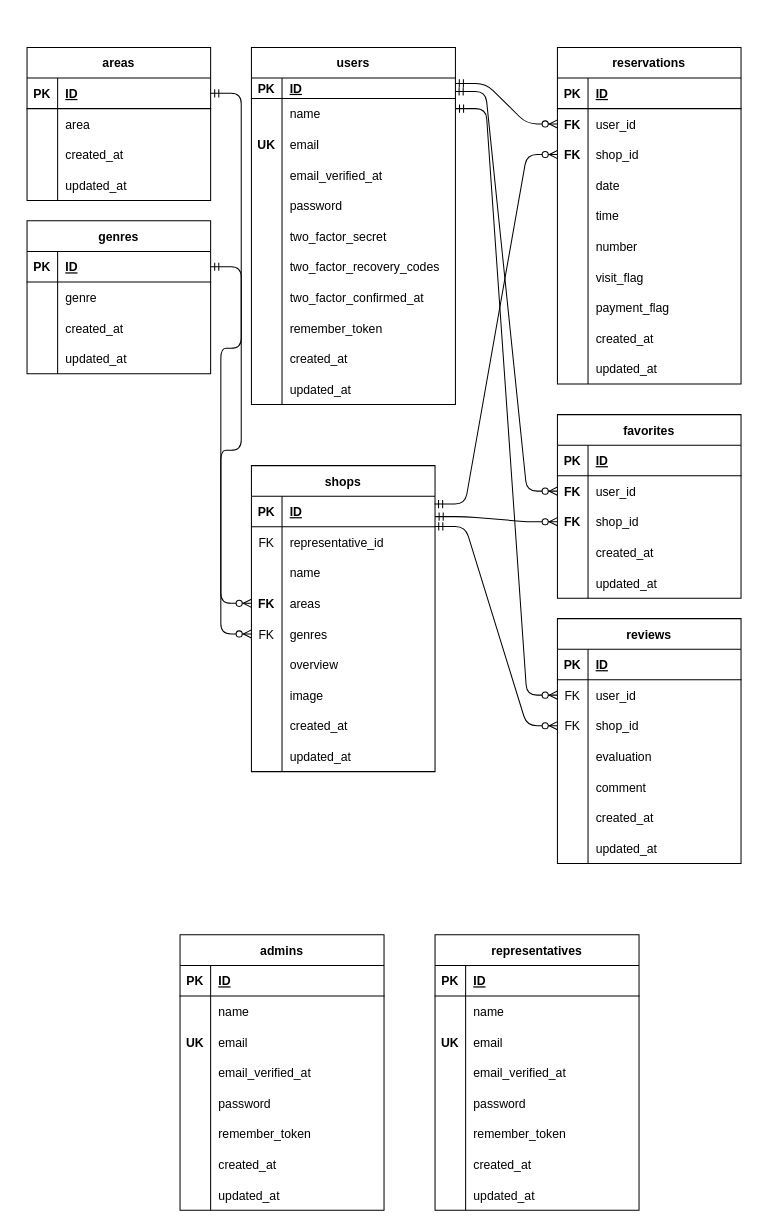
Above: docker/mysql/database.dio in YamaguchiTomoaki/Rese (draw.io), before the change. Source tidied: cells renumbered, new cells numbered last; positions are measured from the earlier drawing's top-left corner, leaving out a move shared by most shapes. Both pictures are drawn from the tidied source at 102%, with x=0, y=0 at pixel (27, 47).
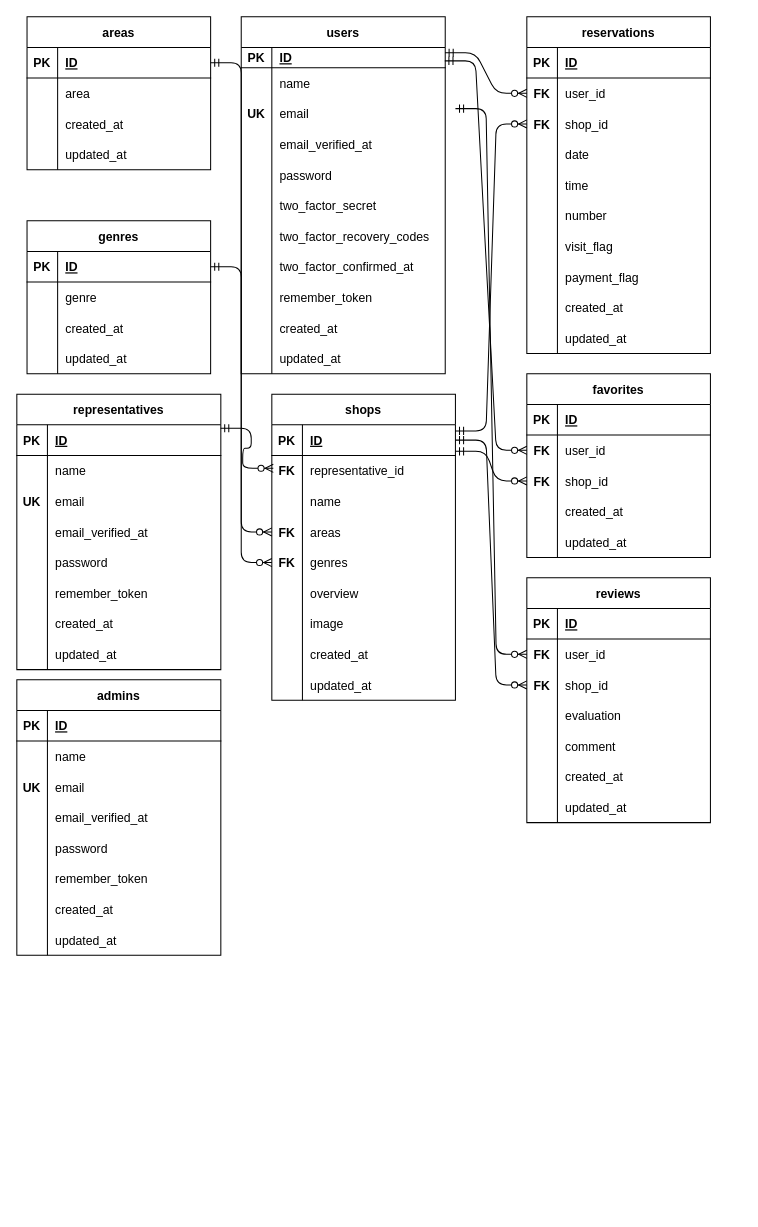
After the change.

The change refers to these unchanged cells:
```xml
<mxCell id="37" style="shape=tableRow;horizontal=0;startSize=0;swimlaneHead=0;swimlaneBody=0;fillColor=none;points=[[0,0.5],[1,0.5]];portConstraint=eastwest;top=0;left=0;right=0;bottom=1;" parent="36" vertex="1">
  <mxGeometry y="30" width="180" height="30" as="geometry" />
</mxCell>
<mxCell id="40" style="shape=tableRow;horizontal=0;startSize=0;swimlaneHead=0;swimlaneBody=0;fillColor=none;points=[[0,0.5],[1,0.5]];portConstraint=eastwest;top=0;left=0;right=0;bottom=0;" parent="36" vertex="1">
  <mxGeometry y="60" width="180" height="30" as="geometry" />
</mxCell>
<mxCell id="49" style="shape=tableRow;horizontal=0;startSize=0;swimlaneHead=0;swimlaneBody=0;fillColor=none;points=[[0,0.5],[1,0.5]];portConstraint=eastwest;top=0;left=0;right=0;bottom=0;" parent="36" vertex="1">
  <mxGeometry y="150" width="180" height="30" as="geometry" />
</mxCell>
<mxCell id="71" style="shape=tableRow;horizontal=0;startSize=0;swimlaneHead=0;swimlaneBody=0;fillColor=none;points=[[0,0.5],[1,0.5]];portConstraint=eastwest;top=0;left=0;right=0;bottom=0;" parent="64" vertex="1">
  <mxGeometry y="90" width="180" height="30" as="geometry" />
</mxCell>
<mxCell id="102" style="shape=tableRow;horizontal=0;startSize=0;swimlaneHead=0;swimlaneBody=0;fillColor=none;points=[[0,0.5],[1,0.5]];portConstraint=eastwest;top=0;left=0;right=0;bottom=0;" parent="95" vertex="1">
  <mxGeometry y="90" width="180" height="30" as="geometry" />
</mxCell>
<mxCell id="147" style="shape=tableRow;horizontal=0;startSize=0;swimlaneHead=0;swimlaneBody=0;fillColor=none;points=[[0,0.5],[1,0.5]];portConstraint=eastwest;top=0;left=0;right=0;bottom=0;" parent="143" vertex="1">
  <mxGeometry y="60" width="180" height="30" as="geometry" />
</mxCell>
<mxCell id="150" style="shape=tableRow;horizontal=0;startSize=0;swimlaneHead=0;swimlaneBody=0;fillColor=none;points=[[0,0.5],[1,0.5]];portConstraint=eastwest;top=0;left=0;right=0;bottom=0;" parent="143" vertex="1">
  <mxGeometry y="90" width="180" height="30" as="geometry" />
</mxCell>
<mxCell id="191" style="shape=tableRow;horizontal=0;startSize=0;swimlaneHead=0;swimlaneBody=0;fillColor=none;points=[[0,0.5],[1,0.5]];portConstraint=eastwest;top=0;left=0;right=0;bottom=1;" parent="190" vertex="1">
  <mxGeometry y="30" width="200" height="30" as="geometry" />
</mxCell>
```

Change to the diagram source:
```diff
@@
     <mxCell id="2" value="users" style="shape=table;startSize=30;childLayout=tableLayout;rowLines=0;fontStyle=1;align=center;" parent="1" vertex="1">
-      <mxGeometry x="220" width="200" height="350" as="geometry" />
+      <mxGeometry x="210" y="-30" width="200" height="350" as="geometry" />
     </mxCell>
@@
     <mxCell id="36" value="shops" style="shape=table;startSize=30;childLayout=tableLayout;rowLines=0;fontStyle=1;align=center;" parent="1" vertex="1">
-      <mxGeometry x="220" y="410" width="180" height="300" as="geometry" />
+      <mxGeometry x="240" y="340" width="180" height="300" as="geometry" />
     </mxCell>
@@
-    <mxCell id="41" value="FK" style="shape=partialRectangle;fillColor=none;top=0;left=0;bottom=0;right=0;overflow=hidden;" parent="40" vertex="1">
+    <mxCell id="41" value="FK" style="shape=partialRectangle;fillColor=none;top=0;left=0;bottom=0;right=0;overflow=hidden;fontStyle=1;" parent="40" vertex="1">
       <mxGeometry width="30" height="30" as="geometry" />
     </mxCell>
@@
-    <mxCell id="50" value="FK" style="shape=partialRectangle;fillColor=none;top=0;left=0;bottom=0;right=0;overflow=hidden;" parent="49" vertex="1">
+    <mxCell id="50" value="FK" style="shape=partialRectangle;fillColor=none;top=0;left=0;bottom=0;right=0;overflow=hidden;fontStyle=1;" parent="49" vertex="1">
       <mxGeometry width="30" height="30" as="geometry" />
     </mxCell>
@@
     <mxCell id="64" value="reservations" style="shape=table;startSize=30;childLayout=tableLayout;rowLines=0;fontStyle=1;align=center;" parent="1" vertex="1">
-      <mxGeometry x="520" width="180" height="330" as="geometry" />
+      <mxGeometry x="490" y="-30" width="180" height="330" as="geometry" />
     </mxCell>
@@
     <mxCell id="95" value="favorites" style="shape=table;startSize=30;childLayout=tableLayout;rowLines=0;fontStyle=1;align=center;" parent="1" vertex="1">
-      <mxGeometry x="520" y="360" width="180" height="180" as="geometry" />
+      <mxGeometry x="490" y="320" width="180" height="180" as="geometry" />
     </mxCell>
@@
-    <mxCell id="113" style="edgeStyle=entityRelationEdgeStyle;fontSize=12;html=1;endArrow=ERzeroToMany;startArrow=ERmandOne;exitX=0.997;exitY=0.256;exitDx=0;exitDy=0;exitPerimeter=0;entryX=0;entryY=0.5;entryDx=0;entryDy=0;" parent="1" edge="1" source="37" target="71">
-      <mxGeometry relative="1" as="geometry" />
+    <mxCell id="113" style="edgeStyle=entityRelationEdgeStyle;fontSize=12;html=1;endArrow=ERzeroToMany;startArrow=ERmandOne;entryX=0;entryY=0.5;entryDx=0;entryDy=0;" parent="1" edge="1" target="71">
+      <mxGeometry relative="1" as="geometry">
+        <mxPoint x="420" y="376" as="sourcePoint" />
+      </mxGeometry>
     </mxCell>
     <mxCell id="114" style="edgeStyle=entityRelationEdgeStyle;fontSize=12;html=1;endArrow=ERzeroToMany;startArrow=ERmandOne;" parent="1" edge="1" target="102">
       <mxGeometry relative="1" as="geometry">
-        <mxPoint x="400" y="460" as="sourcePoint" />
+        <mxPoint x="420" y="396" as="sourcePoint" />
       </mxGeometry>
     </mxCell>
     <mxCell id="115" value="areas" style="shape=table;startSize=30;childLayout=tableLayout;rowLines=0;fontStyle=1;align=center;" parent="1" vertex="1">
-      <mxGeometry width="180" height="150" as="geometry" />
+      <mxGeometry y="-30" width="180" height="150" as="geometry" />
     </mxCell>
@@
     <mxCell id="143" value="reviews" style="shape=table;startSize=30;childLayout=tableLayout;rowLines=0;fontStyle=1;align=center;" parent="1" vertex="1">
-      <mxGeometry x="520" y="560" width="180" height="240" as="geometry" />
+      <mxGeometry x="490" y="520" width="180" height="240" as="geometry" />
     </mxCell>
@@
-    <mxCell id="148" value="FK" style="shape=partialRectangle;fillColor=none;top=0;left=0;bottom=0;right=0;overflow=hidden;" parent="147" vertex="1">
+    <mxCell id="148" value="FK" style="shape=partialRectangle;fillColor=none;top=0;left=0;bottom=0;right=0;overflow=hidden;fontStyle=1;" parent="147" vertex="1">
       <mxGeometry width="30" height="30" as="geometry" />
     </mxCell>
@@
-    <mxCell id="151" value="FK" style="shape=partialRectangle;fillColor=none;top=0;left=0;bottom=0;right=0;overflow=hidden;" parent="150" vertex="1">
+    <mxCell id="151" value="FK" style="shape=partialRectangle;fillColor=none;top=0;left=0;bottom=0;right=0;overflow=hidden;fontStyle=1;" parent="150" vertex="1">
       <mxGeometry width="30" height="30" as="geometry" />
     </mxCell>
@@
     <mxCell id="165" value="admins" style="shape=table;startSize=30;childLayout=tableLayout;rowLines=0;fontStyle=1;align=center;" parent="1" vertex="1">
-      <mxGeometry x="150" y="870" width="200" height="270" as="geometry" />
+      <mxGeometry x="-10" y="620" width="200" height="270" as="geometry" />
     </mxCell>
@@
     <mxCell id="190" value="representatives" style="shape=table;startSize=30;childLayout=tableLayout;rowLines=0;fontStyle=1;align=center;" parent="1" vertex="1">
-      <mxGeometry x="400" y="870" width="200" height="270" as="geometry" />
+      <mxGeometry x="-10" y="340" width="200" height="270" as="geometry" />
     </mxCell>
@@
-    <mxCell id="216" style="edgeStyle=entityRelationEdgeStyle;fontSize=12;html=1;endArrow=ERzeroToMany;startArrow=ERmandOne;exitX=0.998;exitY=0.987;exitDx=0;exitDy=0;exitPerimeter=0;entryX=0;entryY=0.5;entryDx=0;entryDy=0;" parent="1" edge="1" source="37" target="150">
+    <mxCell id="216" style="edgeStyle=entityRelationEdgeStyle;fontSize=12;html=1;endArrow=ERzeroToMany;startArrow=ERmandOne;entryX=0;entryY=0.5;entryDx=0;entryDy=0;" parent="1" edge="1" source="37" target="150">
       <mxGeometry relative="1" as="geometry" />
     </mxCell>
+    <mxCell id="217" style="edgeStyle=entityRelationEdgeStyle;fontSize=12;html=1;endArrow=ERzeroToMany;startArrow=ERmandOne;exitX=0.999;exitY=0.112;exitDx=0;exitDy=0;exitPerimeter=0;entryX=0.008;entryY=0.419;entryDx=0;entryDy=0;entryPerimeter=0;" parent="1" edge="1" source="191" target="40">
+      <mxGeometry relative="1" as="geometry" />
+    </mxCell>
```
